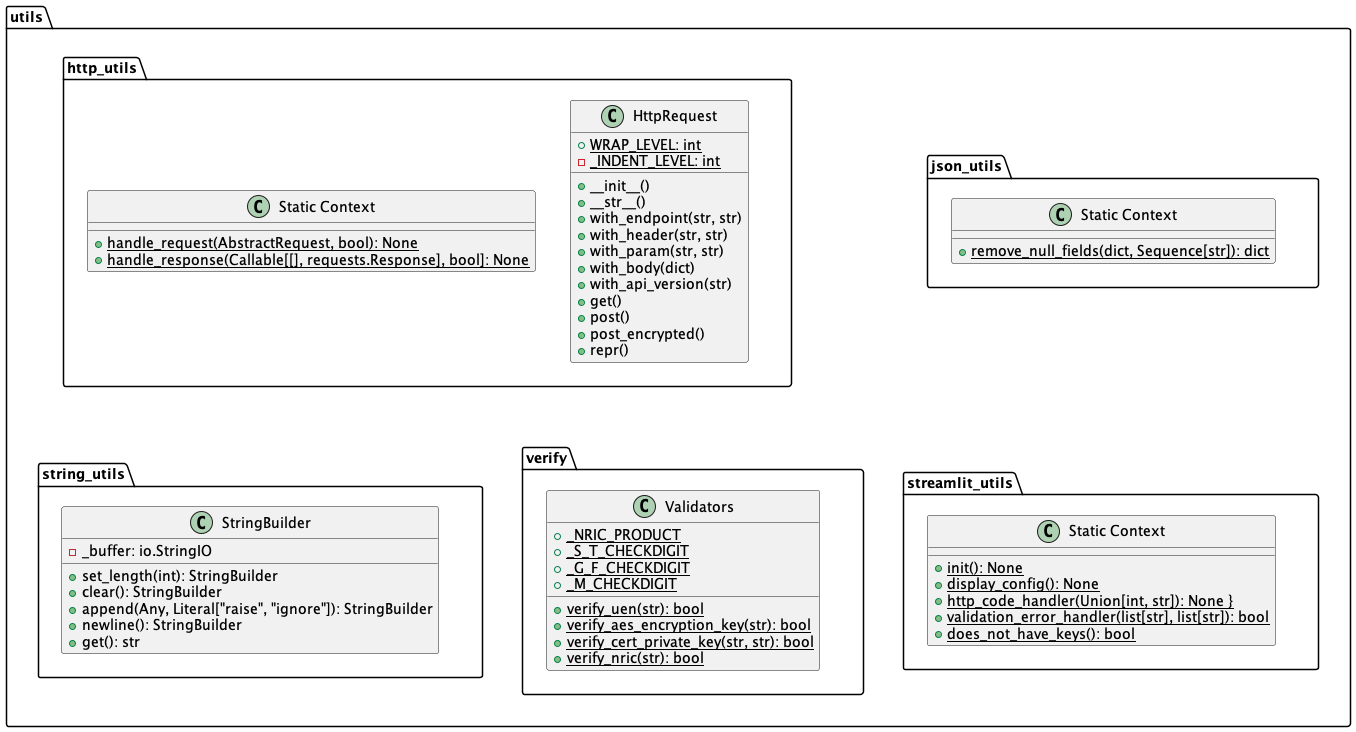
Before: revamped_application/assets/diagrams/classes/utils/UtilsClassDiagram.png, a diagram exported from PlantUML (asdfghjkxd/Sample-Codes).
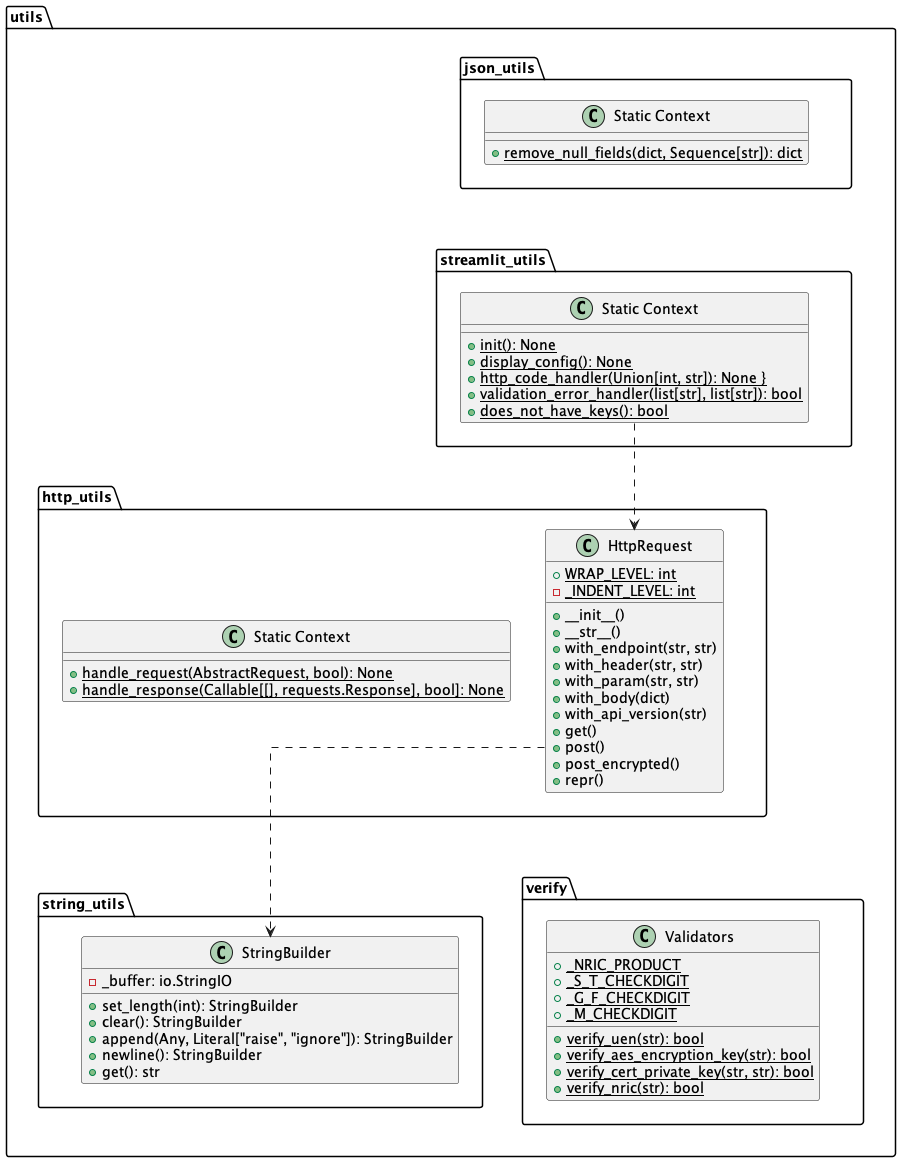
The same diagram one commit later.

Diff of the diagram source:
```diff
@@ -34,7 +34,7 @@
     }
 
     package streamlit_utils {
-        class "Static Context" {
+        class "Static Context" as susc {
             + init(): None {static}
             + display_config(): None {static}
             + http_code_handler(Union[int, str]): None {static}}
@@ -72,4 +72,7 @@
     streamlit_utils --up[hidden]-> json_utils
     verify --up[hidden]-> http_utils
 }
+
+HttpRequest ..> StringBuilder
+susc ..> HttpRequest
 @enduml
```
